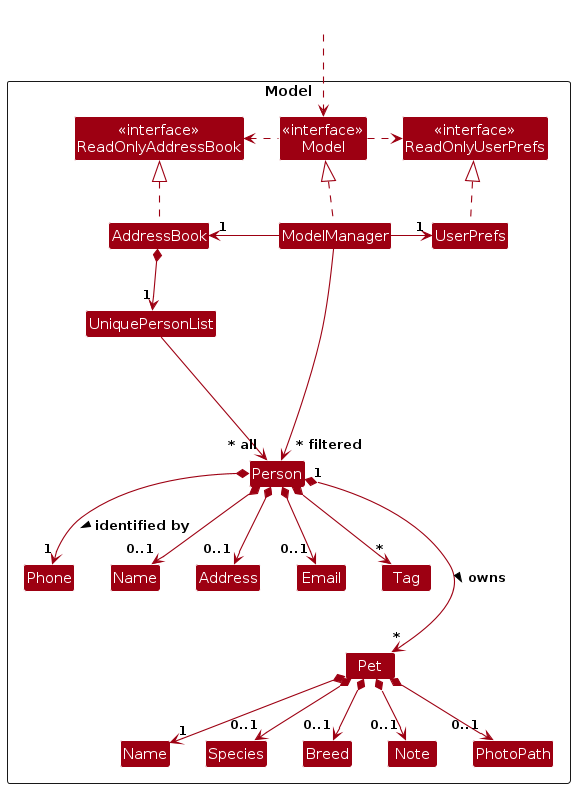
The PlantUML diagram diagrams/ModelClassDiagram.png in ram-nush/tp, before a commit. Its source is kept beside it as diagrams/ModelClassDiagram.puml.
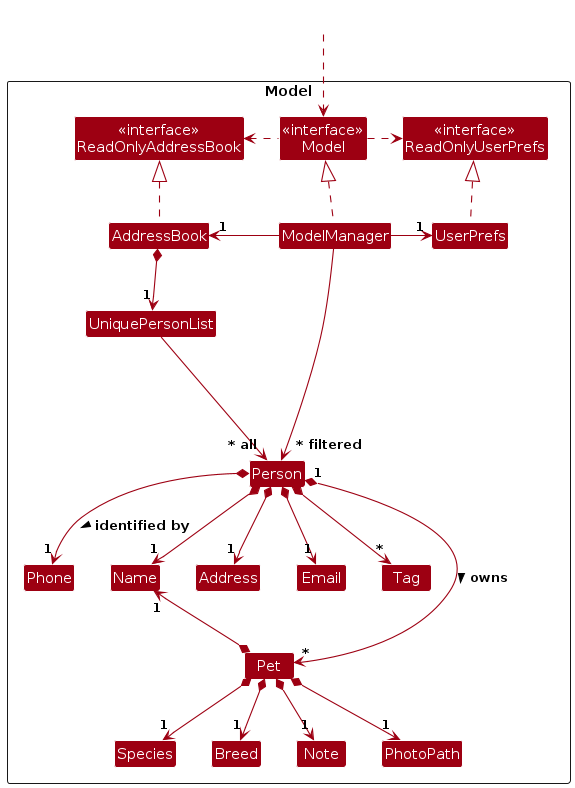
The same diagram one commit later.

The edit, as a diff of the source:
```diff
@@ -20,7 +20,6 @@
     Class Phone
     Class Tag
     Class Pet
-    Class "Name" as PetName
     Class Species
     Class Breed
     Class Note
@@ -45,29 +44,28 @@
 UniquePersonList --> "~* all" Person
 
 Person *--> "1" Phone : identified by >
-Person *--> "0..1" Name
-Person *--> "0..1" Email
-Person *--> "0..1" Address
+Person *--> "1" Name
+Person *--> "1" Address
+Person *--> "1" Email
 Person *--> "*" Tag
 Person "1" *---> "*" Pet : owns >
 
-Pet *--> "1" PetName
-Pet *--> "0..1" Species
-Pet *--> "0..1" Breed
-Pet *--> "0..1" Note
-Pet *--> "0..1" PhotoPath
+Pet *-up-> "1" Name
+Pet *--> "1" Species
+Pet *--> "1" Breed
+Pet *--> "1" Note
+Pet *--> "1" PhotoPath
 
 ModelManager --> "~* filtered" Person
 Person -[hidden]up--> I
 UniquePersonList -[hidden]right-> I
-
 
 Phone -[hidden]right-> Name
 Name -[hidden]right-> Address
 Address -[hidden]right-> Email
 Email -[hidden]right-> Tag
 
-PetName -[hidden]right-> Species
+
 Species -[hidden]right-> Breed
 Breed -[hidden]right-> Note
 Note -[hidden]right-> PhotoPath
```
